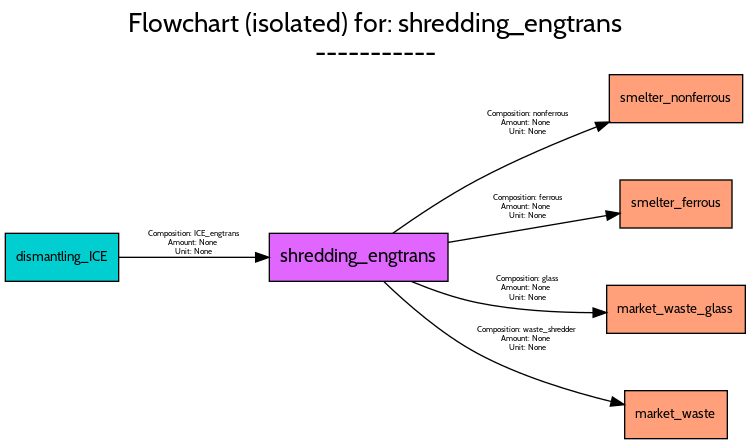
This is src/examples/ELV/figures/flowcharts/processes/png/shredding_engtrans.png from FutuRaM-Project/Recovery-Model, a Graphviz export, as it was before one commit. Its source is kept beside it as src/examples/ELV/figures/flowcharts/processes/dot/shredding_engtrans.dot. Source of this version:
```dot
digraph {
	graph [bb="0,0,555,325",
		font=Cabin,
		fontname=Cabin,
		fontsize=20,
		label="Flowchart (isolated) for: shredding_engtrans
-----------",
		labeljust=c,
		labelloc=tc,
		lheight=0.61,
		lp="277.5,299",
		lwidth=5.15,
		nodesep=0.6,
		rankdir=LR,
		ranksep=0.6
	];
	node [label="\N"];
	shredding_engtrans	[fillcolor=mediumorchid1,
		fontname=Cabin,
		fontsize=14,
		height=0.5,
		pos="265,136",
		shape=box,
		style=filled,
		width=1.8611];
	smelter_nonferrous	[fillcolor=lightsalmon1,
		fontname=Cabin,
		fontsize=10,
		height=0.5,
		pos="503,255",
		shape=box,
		style=filled,
		width=1.3889];
	shredding_engtrans -> smelter_nonferrous	[color=black,
		fontname=Cabin,
		fontsize=6,
		label="Composition: nonferrous
Amount: None
Unit: None",
		lp="391.5,236.5",
		pos="e,452.94,237.5 290.63,154.08 307.85,166.26 331.68,182.19 354,194 382.56,209.12 415.72,223.09 443.39,233.84"];
	smelter_ferrous	[fillcolor=lightsalmon1,
		fontname=Cabin,
		fontsize=10,
		height=0.5,
		pos="503,176",
		shape=box,
		style=filled,
		width=1.1667];
	shredding_engtrans -> smelter_ferrous	[color=black,
		fontname=Cabin,
		fontsize=6,
		label="Composition: ferrous
Amount: None
Unit: None",
		lp="391.5,173.5",
		pos="e,460.82,169.02 332.05,147.2 369.66,153.57 416.06,161.43 450.87,167.33"];
	market_waste_glass	[fillcolor=lightsalmon1,
		fontname=Cabin,
		fontsize=10,
		height=0.5,
		pos="503,97",
		shape=box,
		style=filled,
		width=1.4444];
	shredding_engtrans -> market_waste_glass	[color=black,
		fontname=Cabin,
		fontsize=6,
		label="Composition: glass
Amount: None
Unit: None",
		lp="391.5,112.5",
		pos="e,450.82,94.55 304.58,117.88 319.66,111.65 337.31,105.4 354,102 382.14,96.259 413.91,94.576 440.78,94.504"];
	market_waste	[fillcolor=lightsalmon1,
		fontname=Cabin,
		fontsize=10,
		height=0.5,
		pos="503,18",
		shape=box,
		style=filled,
		width=1.0694];
	shredding_engtrans -> market_waste	[color=black,
		fontname=Cabin,
		fontsize=6,
		label="Composition: waste_shredder
Amount: None
Unit: None",
		lp="391.5,74.5",
		pos="e,464.24,25.508 283.7,117.99 300.48,101.83 327.05,78.495 354,64 385.61,46.993 424.47,35.219 454.44,27.842"];
	dismantling_ICE	[fillcolor=darkturquoise,
		fontname=Cabin,
		fontsize=10,
		height=0.5,
		pos="42.5,136",
		shape=box,
		style=filled,
		width=1.1806];
	dismantling_ICE -> shredding_engtrans	[color=black,
		fontname=Cabin,
		fontsize=6,
		label="Composition: ICE_engtrans
Amount: None
Unit: None",
		lp="141.5,146.5",
		pos="e,197.73,136 85.234,136 114.1,136 153.34,136 187.71,136"];
}
```
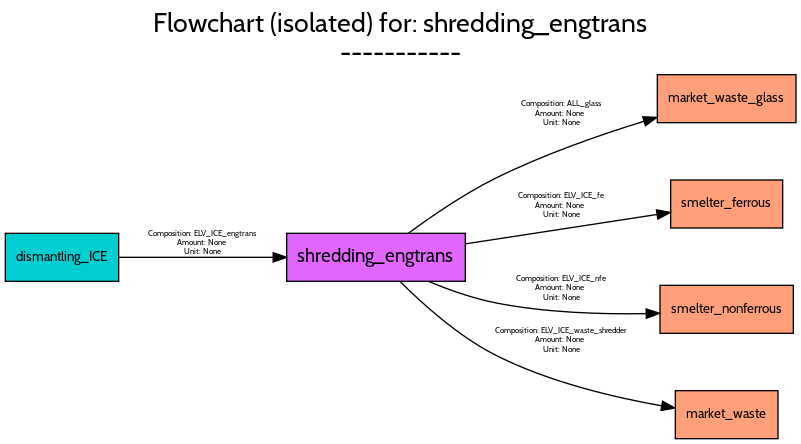
The same file after the commit.

The edit, as a diff of the source:
```diff
@@ -1,5 +1,5 @@
 digraph {
-	graph [bb="0,0,555,325",
+	graph [bb="0,0,593,325",
 		font=Cabin,
 		fontname=Cabin,
 		fontsize=20,
@@ -8,7 +8,7 @@
 		labeljust=c,
 		labelloc=tc,
 		lheight=0.61,
-		lp="277.5,299",
+		lp="296.5,299",
 		lwidth=5.15,
 		nodesep=0.6,
 		rankdir=LR,
@@ -19,74 +19,74 @@
 		fontname=Cabin,
 		fontsize=14,
 		height=0.5,
-		pos="265,136",
+		pos="278,136",
 		shape=box,
 		style=filled,
 		width=1.8611];
+	market_waste_glass	[fillcolor=lightsalmon1,
+		fontname=Cabin,
+		fontsize=10,
+		height=0.5,
+		pos="541,255",
+		shape=box,
+		style=filled,
+		width=1.4444];
+	shredding_engtrans -> market_waste_glass	[color=black,
+		fontname=Cabin,
+		fontsize=6,
+		label="Composition: ALL_glass
+Amount: None
+Unit: None",
+		lp="417,243.5",
+		pos="e,488.64,240.98 302.27,154.02 319.45,166.71 343.79,183.43 367,195 402.74,212.81 445.05,227.58 478.89,238.02"];
+	smelter_ferrous	[fillcolor=lightsalmon1,
+		fontname=Cabin,
+		fontsize=10,
+		height=0.5,
+		pos="541,176",
+		shape=box,
+		style=filled,
+		width=1.1667];
+	shredding_engtrans -> smelter_ferrous	[color=black,
+		fontname=Cabin,
+		fontsize=6,
+		label="Composition: ELV_ICE_fe
+Amount: None
+Unit: None",
+		lp="417,174.5",
+		pos="e,498.75,169.68 345.2,146.15 389.75,152.97 447.63,161.84 488.69,168.14"];
 	smelter_nonferrous	[fillcolor=lightsalmon1,
 		fontname=Cabin,
 		fontsize=10,
 		height=0.5,
-		pos="503,255",
+		pos="541,97",
 		shape=box,
 		style=filled,
 		width=1.3889];
 	shredding_engtrans -> smelter_nonferrous	[color=black,
 		fontname=Cabin,
 		fontsize=6,
-		label="Composition: nonferrous
+		label="Composition: ELV_ICE_nfe
 Amount: None
 Unit: None",
-		lp="391.5,236.5",
-		pos="e,452.94,237.5 290.63,154.08 307.85,166.26 331.68,182.19 354,194 382.56,209.12 415.72,223.09 443.39,233.84"];
-	smelter_ferrous	[fillcolor=lightsalmon1,
-		fontname=Cabin,
-		fontsize=10,
-		height=0.5,
-		pos="503,176",
-		shape=box,
-		style=filled,
-		width=1.1667];
-	shredding_engtrans -> smelter_ferrous	[color=black,
-		fontname=Cabin,
-		fontsize=6,
-		label="Composition: ferrous
-Amount: None
-Unit: None",
-		lp="391.5,173.5",
-		pos="e,460.82,169.02 332.05,147.2 369.66,153.57 416.06,161.43 450.87,167.33"];
-	market_waste_glass	[fillcolor=lightsalmon1,
-		fontname=Cabin,
-		fontsize=10,
-		height=0.5,
-		pos="503,97",
-		shape=box,
-		style=filled,
-		width=1.4444];
-	shredding_engtrans -> market_waste_glass	[color=black,
-		fontname=Cabin,
-		fontsize=6,
-		label="Composition: glass
-Amount: None
-Unit: None",
-		lp="391.5,112.5",
-		pos="e,450.82,94.55 304.58,117.88 319.66,111.65 337.31,105.4 354,102 382.14,96.259 413.91,94.576 440.78,94.504"];
+		lp="417,112.5",
+		pos="e,490.65,94.021 317.57,117.83 332.65,111.61 350.3,105.36 367,102 404.24,94.498 446.89,93.186 480.52,93.78"];
 	market_waste	[fillcolor=lightsalmon1,
 		fontname=Cabin,
 		fontsize=10,
 		height=0.5,
-		pos="503,18",
+		pos="541,18",
 		shape=box,
 		style=filled,
 		width=1.0694];
 	shredding_engtrans -> market_waste	[color=black,
 		fontname=Cabin,
 		fontsize=6,
-		label="Composition: waste_shredder
+		label="Composition: ELV_ICE_waste_shredder
 Amount: None
 Unit: None",
-		lp="391.5,74.5",
-		pos="e,464.24,25.508 283.7,117.99 300.48,101.83 327.05,78.495 354,64 385.61,46.993 424.47,35.219 454.44,27.842"];
+		lp="417,73.5",
+		pos="e,502.19,22.96 296.18,117.75 312.79,101.14 339.44,77.12 367,63 406.59,42.714 456.09,31.037 491.98,24.688"];
 	dismantling_ICE	[fillcolor=darkturquoise,
 		fontname=Cabin,
 		fontsize=10,
@@ -98,9 +98,9 @@
 	dismantling_ICE -> shredding_engtrans	[color=black,
 		fontname=Cabin,
 		fontsize=6,
-		label="Composition: ICE_engtrans
+		label="Composition: ELV_ICE_engtrans
 Amount: None
 Unit: None",
-		lp="141.5,146.5",
-		pos="e,197.73,136 85.234,136 114.1,136 153.34,136 187.71,136"];
+		lp="148,146.5",
+		pos="e,210.9,136 85.245,136 117.28,136 162.37,136 200.78,136"];
 }
```
